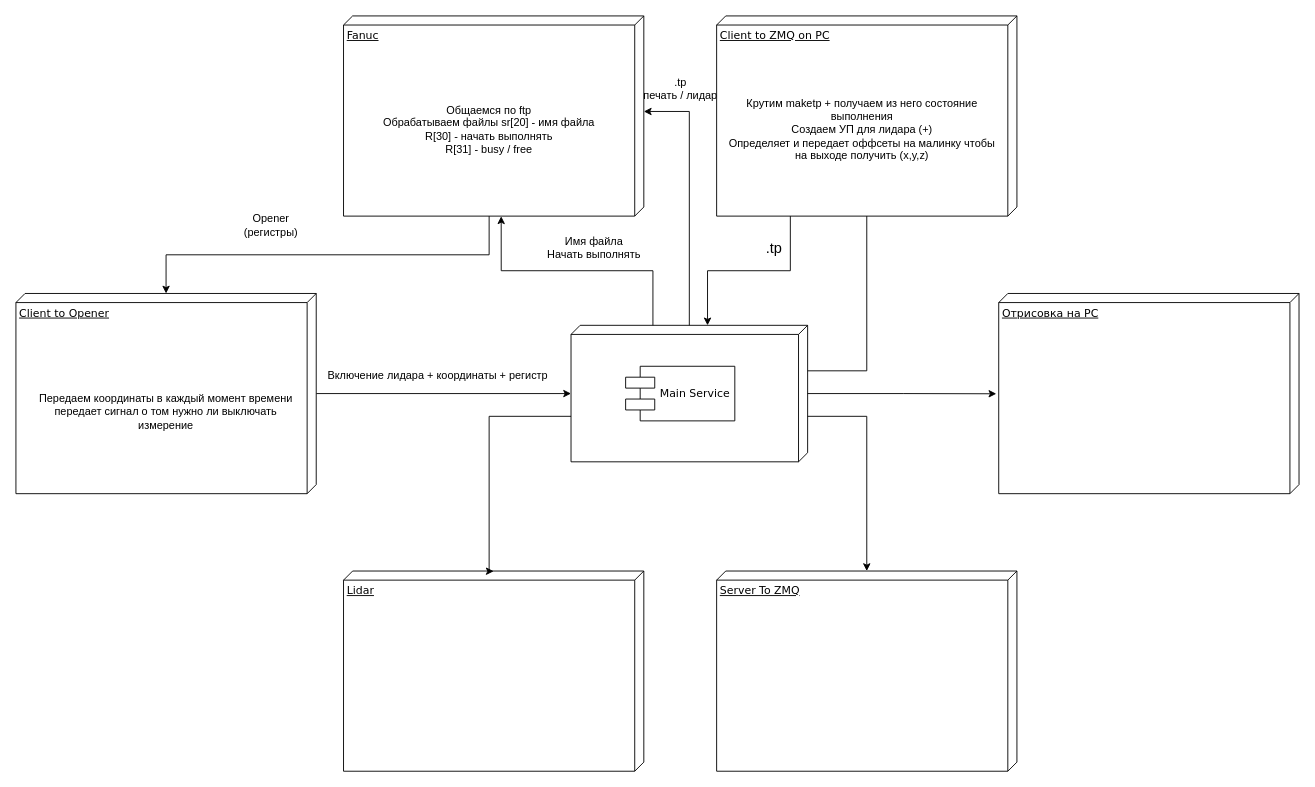
Before: Диаграмма без названия.drawio in voinov-arduino/Fanuc, a draw.io diagram. Source tidied: cells renumbered, new cells numbered last; positions are measured from the earlier drawing's top-left corner, leaving out a move shared by most shapes. Both pictures are drawn from the tidied source at 91%, with x=0, y=0 at pixel (15, 15).
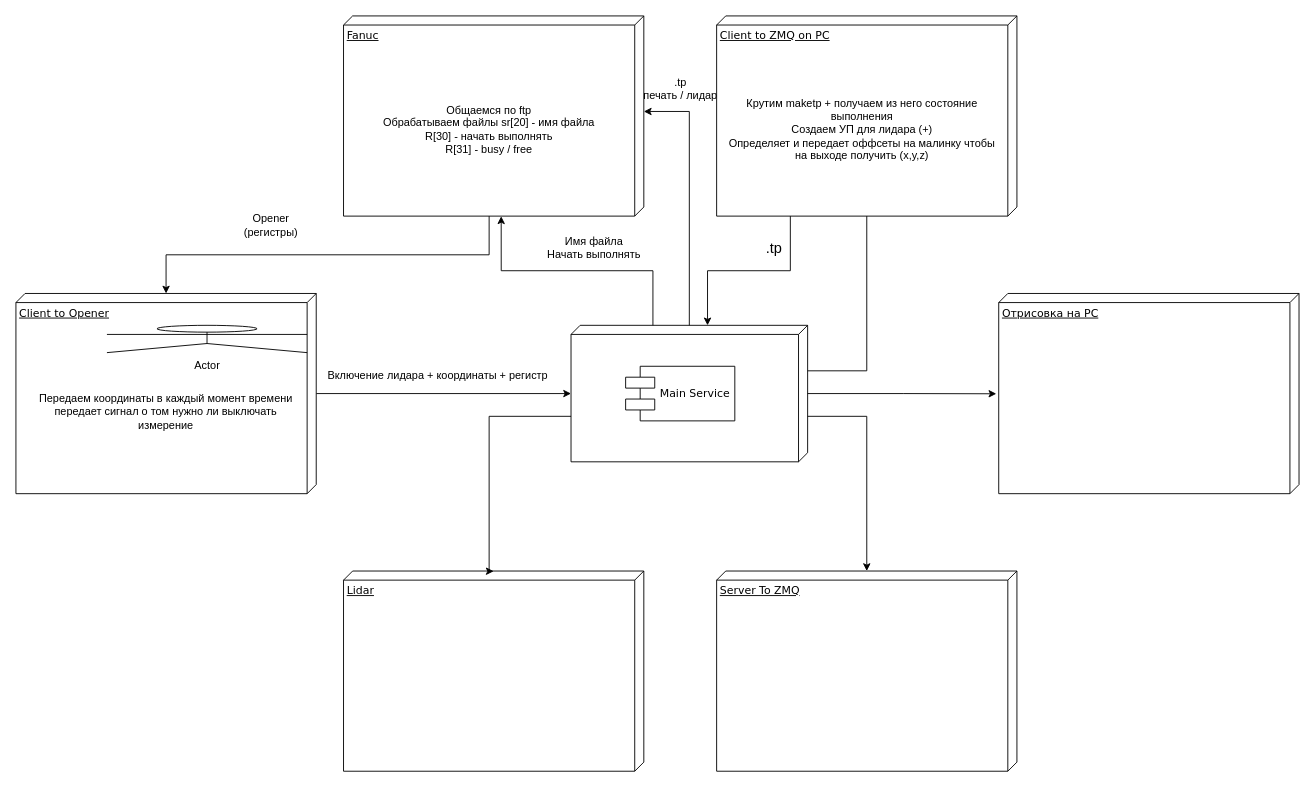
The same diagram, later.

What changed in the source:
```diff
@@
+    <mxCell id="27" value="Actor" style="shape=umlActor;verticalLabelPosition=bottom;verticalAlign=top;html=1;" parent="1" vertex="1">
+      <mxGeometry x="100" y="340" width="220" height="30" as="geometry" />
+    </mxCell>
```
